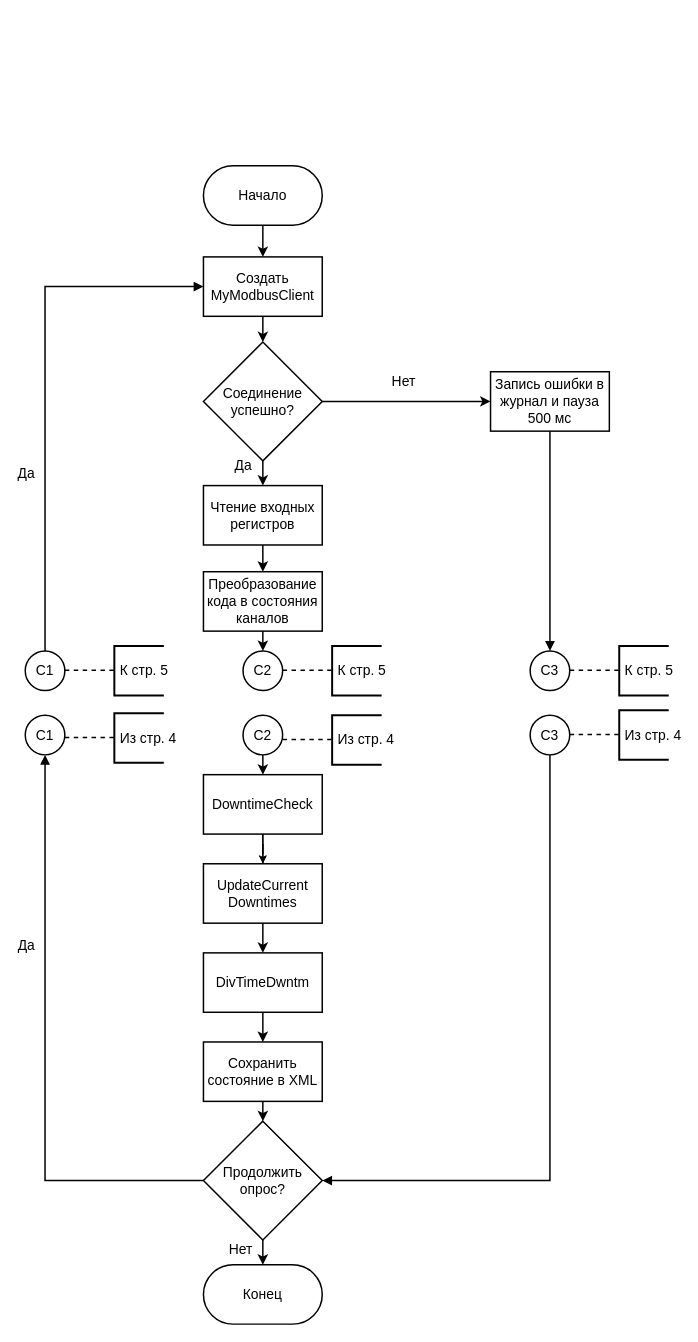
Earlier version of the draw.io diagram page "Page-2" (2 of 21) of diagrams/Untitled Diagram.drawio (KhasanovAMdev/MyDiagrams). Source tidied: cells renumbered, new cells numbered last; positions are measured from the earlier drawing's top-left corner, leaving out a move shared by most shapes. Both pictures are drawn from the tidied source at 99%, with x=0, y=0 at pixel (25, 165).
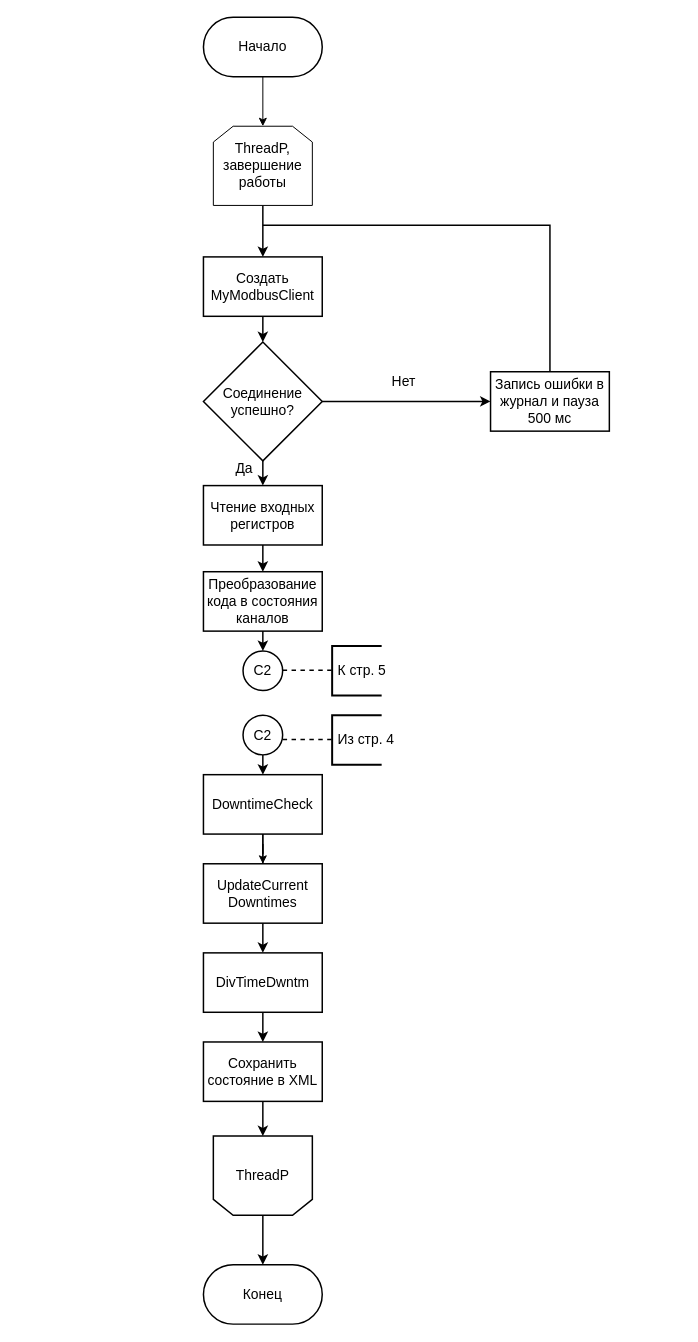
Above is the later version.

The change refers to these unchanged cells:
```xml
<mxCell id="3" value="Создать MyModbusClient" style="rounded=0;whiteSpace=wrap;html=1;fillColor=#ffffff;strokeColor=#000000;strokeWidth=1.5;fontSize=14;" parent="1" vertex="1">
  <mxGeometry x="180" y="92" width="120" height="60" as="geometry" />
</mxCell>
<mxCell id="4" value="Соединение успешно?" style="rhombus;whiteSpace=wrap;html=1;fillColor=#ffffff;strokeColor=#000000;strokeWidth=1.5;fontSize=14;" parent="1" vertex="1">
  <mxGeometry x="180" y="178" width="120" height="120" as="geometry" />
</mxCell>
<mxCell id="5" value="Чтение входных регистров" style="rounded=0;whiteSpace=wrap;html=1;fillColor=#ffffff;strokeColor=#000000;strokeWidth=1.5;fontSize=14;" parent="1" vertex="1">
  <mxGeometry x="180" y="323" width="120" height="60" as="geometry" />
</mxCell>
<mxCell id="14" value="Запись ошибки в журнал и пауза 500 мс" style="rounded=0;whiteSpace=wrap;html=1;fillColor=#ffffff;strokeColor=#000000;strokeWidth=1.5;fontSize=14;" parent="1" vertex="1">
  <mxGeometry x="470" y="208" width="120" height="60" as="geometry" />
</mxCell>
<mxCell id="28" style="edgeStyle=orthogonalEdgeStyle;rounded=0;html=1;strokeWidth=1.5;endArrow=classic;labelBackgroundColor=#ffffff;fontSize=14;endFill=1;" parent="1" edge="1" source="12" target="13">
  <mxGeometry y="30" relative="1" as="geometry" />
</mxCell>
```

Change to the diagram source:
```diff
@@
+    <mxCell id="52" style="edgeStyle=orthogonalEdgeStyle;rounded=0;jettySize=auto;html=1;defaultLabelBackgroundColor=page;labelPadding=0 4;" parent="1" edge="1" source="2" target="53">
+      <mxGeometry relative="1" as="geometry" />
+    </mxCell>
     <mxCell id="2" value="Начало" style="rounded=1;whiteSpace=wrap;html=1;arcSize=50;fillColor=#ffffff;strokeColor=#000000;strokeWidth=1.5;fontSize=14;" parent="1" vertex="1">
-      <mxGeometry x="180" width="120" height="60" as="geometry" />
+      <mxGeometry x="180" y="-150" width="120" height="60" as="geometry" />
     </mxCell>
@@
-    <mxCell id="12" value="Продолжить опрос?" style="rhombus;whiteSpace=wrap;html=1;fillColor=#ffffff;strokeColor=#000000;strokeWidth=1.5;fontSize=14;align=center;" parent="1" vertex="1">
-      <mxGeometry x="180" y="965" width="120" height="120" as="geometry" />
+    <mxCell id="12" value="ThreadP" style="whiteSpace=wrap;html=1;fillColor=#ffffff;strokeColor=#000000;strokeWidth=1.5;fontSize=14;align=center;shape=loopLimit;direction=west;" parent="1" vertex="1">
+      <mxGeometry x="190" y="980" width="100" height="80" as="geometry" />
     </mxCell>
@@
-    <mxCell id="15" style="edgeStyle=orthogonalEdgeStyle;rounded=0;html=1;strokeWidth=1.5;endArrow=classic;endFill=1;fontSize=14;" parent="1" edge="1" source="2" target="3">
+    <mxCell id="15" style="edgeStyle=orthogonalEdgeStyle;rounded=0;html=1;strokeWidth=1.5;endArrow=classic;endFill=1;fontSize=14;exitX=0.5;exitY=1;exitDx=0;exitDy=0;" parent="1" edge="1" source="53" target="3">
       <mxGeometry relative="1" as="geometry" />
     </mxCell>
@@
     <mxCell id="17" value="Да" style="edgeStyle=orthogonalEdgeStyle;rounded=0;html=1;strokeWidth=1.5;endArrow=classic;labelBackgroundColor=#ffffff;fontSize=14;endFill=1;" parent="1" edge="1" source="4" target="5">
-      <mxGeometry x="-0.64" y="-20" relative="1" as="geometry" />
+      <mxGeometry x="-0.36" y="-19" relative="1" as="geometry" />
     </mxCell>
@@
-    <mxCell id="19" style="edgeStyle=orthogonalEdgeStyle;rounded=0;html=1;strokeWidth=1.5;endArrow=block;endFill=1;fontSize=14;exitX=0.5;exitY=1;exitDx=0;exitDy=0;" parent="1" edge="1" source="39" target="12">
-      <mxGeometry x="-0.03" relative="1" as="geometry">
-        <Array as="points">
-          <mxPoint x="530" y="1025" />
-        </Array>
-      </mxGeometry>
-    </mxCell>
@@
-    <mxCell id="26" style="edgeStyle=orthogonalEdgeStyle;rounded=0;html=1;strokeWidth=1.5;endArrow=block;endFill=1;labelBackgroundColor=#ffffff;fontSize=14;labelPosition=left;verticalLabelPosition=bottom;align=right;verticalAlign=top;" parent="1" edge="1" source="31" target="3">
-      <mxGeometry x="-0.94" y="20" relative="1" as="geometry">
-        <Array as="points">
-          <mxPoint x="20" y="122" />
-        </Array>
-      </mxGeometry>
-    </mxCell>
-    <mxCell id="27" value="Да" style="edgeLabel;html=1;align=right;verticalAlign=top;inheritText=1;fontSize=14;labelBackgroundColor=#ffffff;labelPosition=left;verticalLabelPosition=bottom;" parent="26" vertex="1">
-      <mxGeometry x="-0.28" y="2" relative="1" as="geometry">
-        <mxPoint x="-8" y="-4" as="offset" />
-      </mxGeometry>
-    </mxCell>
@@
-    <mxCell id="29" value="Нет" style="edgeLabel;html=1;align=right;verticalAlign=middle;inheritText=1;fontSize=14;labelBackgroundColor=#ffffff;labelPosition=left;verticalLabelPosition=middle;labelPerimeter=1;" parent="28" vertex="1">
-      <mxGeometry x="-0.27" relative="1" as="geometry">
-        <mxPoint x="-10" as="offset" />
-      </mxGeometry>
-    </mxCell>
@@
-    <mxCell id="31" value="C1" style="ellipse;whiteSpace=wrap;html=1;shapeInside=1;strokeColor=#000000;strokeWidth=1.5;align=center;verticalAlign=middle;fontFamily=Helvetica;fontSize=14;fontColor=default;fillColor=#ffffff;" parent="1" vertex="1">
-      <mxGeometry y="490" width="40" height="40" as="geometry" />
-    </mxCell>
-    <mxCell id="32" style="edgeStyle=orthogonalEdgeStyle;rounded=0;html=1;strokeWidth=1.5;endArrow=block;endFill=1;fontSize=14;" parent="1" edge="1" source="14" target="33">
-      <mxGeometry x="0.07" relative="1" as="geometry" />
+    <mxCell id="32" style="edgeStyle=orthogonalEdgeStyle;rounded=0;html=1;strokeWidth=1.5;endArrow=none;endFill=0;fontSize=14;" parent="1" edge="1" source="14">
+      <mxGeometry x="0.06" relative="1" as="geometry">
+        <mxPoint x="240" y="60" as="targetPoint" />
+        <Array as="points">
+          <mxPoint x="530" y="60" />
+        </Array>
+      </mxGeometry>
     </mxCell>
-    <mxCell id="33" value="C3" style="ellipse;whiteSpace=wrap;html=1;shapeInside=1;strokeColor=#000000;strokeWidth=1.5;align=center;verticalAlign=middle;fontFamily=Helvetica;fontSize=14;fontColor=default;fillColor=#ffffff;" parent="1" vertex="1">
-      <mxGeometry x="510" y="490" width="40" height="40" as="geometry" />
-    </mxCell>
@@
-    <mxCell id="36" style="edgeStyle=orthogonalEdgeStyle;rounded=0;html=1;strokeWidth=1.5;endArrow=block;endFill=1;labelBackgroundColor=#ffffff;fontSize=14;" parent="1" edge="1" source="12" target="38">
-      <mxGeometry x="-0.94" y="20" relative="1" as="geometry" />
-    </mxCell>
-    <mxCell id="37" value="Да" style="edgeLabel;html=1;align=center;verticalAlign=middle;inheritText=1;fontSize=14;labelBackgroundColor=#ffffff;" parent="36" vertex="1">
-      <mxGeometry x="0.35" y="2" relative="1" as="geometry">
-        <mxPoint x="-18" as="offset" />
-      </mxGeometry>
-    </mxCell>
-    <mxCell id="38" value="C1" style="ellipse;whiteSpace=wrap;html=1;shapeInside=1;strokeColor=#000000;strokeWidth=1.5;align=center;verticalAlign=middle;fontFamily=Helvetica;fontSize=14;fontColor=default;fillColor=#ffffff;" parent="1" vertex="1">
-      <mxGeometry y="555" width="40" height="40" as="geometry" />
-    </mxCell>
-    <mxCell id="39" value="C3" style="ellipse;whiteSpace=wrap;html=1;shapeInside=1;strokeColor=#000000;strokeWidth=1.5;align=center;verticalAlign=middle;fontFamily=Helvetica;fontSize=14;fontColor=default;fillColor=#ffffff;" parent="1" vertex="1">
-      <mxGeometry x="510" y="555" width="40" height="40" as="geometry" />
-    </mxCell>
-    <mxCell id="40" style="edgeStyle=orthogonalEdgeStyle;rounded=0;html=1;strokeWidth=1.5;endArrow=none;endFill=0;fontSize=14;dashed=1;" parent="1" edge="1">
-      <mxGeometry relative="1" as="geometry">
-        <mxPoint x="40" y="509.5" as="sourcePoint" />
-        <mxPoint x="90" y="509.5" as="targetPoint" />
-      </mxGeometry>
-    </mxCell>
-    <mxCell id="41" value="&amp;nbsp;К стр. 5" style="strokeWidth=2;html=1;shape=mxgraph.flowchart.annotation_1;align=left;strokeColor=#000000;verticalAlign=middle;fontFamily=Helvetica;fontSize=14;fontColor=default;fillColor=#ffffff;" parent="1" vertex="1">
-      <mxGeometry x="90" y="485" width="50" height="50" as="geometry" />
-    </mxCell>
-    <mxCell id="42" style="edgeStyle=orthogonalEdgeStyle;rounded=0;html=1;strokeWidth=1.5;endArrow=none;endFill=0;fontSize=14;dashed=1;" parent="1" edge="1">
-      <mxGeometry relative="1" as="geometry">
-        <mxPoint x="40" y="577.5" as="sourcePoint" />
-        <mxPoint x="90" y="577.5" as="targetPoint" />
-      </mxGeometry>
-    </mxCell>
-    <mxCell id="43" value="&amp;nbsp;Из стр. 4" style="strokeWidth=2;html=1;shape=mxgraph.flowchart.annotation_1;align=left;strokeColor=#000000;verticalAlign=middle;fontFamily=Helvetica;fontSize=14;fontColor=default;fillColor=#ffffff;" parent="1" vertex="1">
-      <mxGeometry x="90" y="553" width="50" height="50" as="geometry" />
-    </mxCell>
@@
-    <mxCell id="48" style="edgeStyle=orthogonalEdgeStyle;rounded=0;html=1;strokeWidth=1.5;endArrow=none;endFill=0;fontSize=14;dashed=1;" parent="1" edge="1">
-      <mxGeometry relative="1" as="geometry">
-        <mxPoint x="550" y="509.5" as="sourcePoint" />
-        <mxPoint x="600" y="509.5" as="targetPoint" />
-      </mxGeometry>
-    </mxCell>
-    <mxCell id="49" value="&amp;nbsp;К стр. 5" style="strokeWidth=2;html=1;shape=mxgraph.flowchart.annotation_1;align=left;strokeColor=#000000;verticalAlign=middle;fontFamily=Helvetica;fontSize=14;fontColor=default;fillColor=#ffffff;" parent="1" vertex="1">
-      <mxGeometry x="600" y="485" width="50" height="50" as="geometry" />
-    </mxCell>
-    <mxCell id="50" style="edgeStyle=orthogonalEdgeStyle;rounded=0;html=1;strokeWidth=1.5;endArrow=none;endFill=0;fontSize=14;dashed=1;" parent="1" edge="1">
-      <mxGeometry relative="1" as="geometry">
-        <mxPoint x="550" y="574.5" as="sourcePoint" />
-        <mxPoint x="600" y="574.5" as="targetPoint" />
-      </mxGeometry>
-    </mxCell>
-    <mxCell id="51" value="&amp;nbsp;Из стр. 4" style="strokeWidth=2;html=1;shape=mxgraph.flowchart.annotation_1;align=left;strokeColor=#000000;verticalAlign=middle;fontFamily=Helvetica;fontSize=14;fontColor=default;fillColor=#ffffff;" parent="1" vertex="1">
-      <mxGeometry x="600" y="550" width="50" height="50" as="geometry" />
-    </mxCell>
+    <mxCell id="53" value="ThreadP, завершение работы" style="shape=loopLimit;whiteSpace=wrap;html=1;fontSize=14;verticalAlign=middle;" parent="1" vertex="1">
+      <mxGeometry x="190" y="-40" width="100" height="80" as="geometry" />
+    </mxCell>
```
